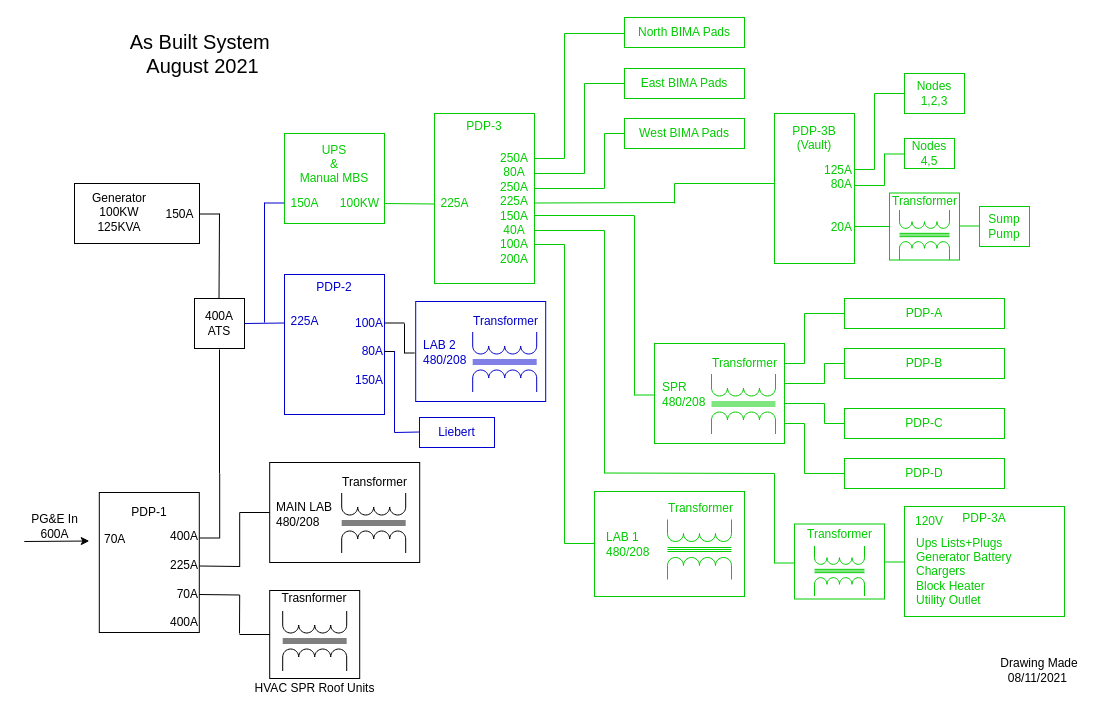
Earlier version of the draw.io diagram HVAC-Signal-Processing-Room/HCRO Main Power Distribution.drawio (SETIatHCRO/Front-Page). Source tidied: cells renumbered, new cells numbered last; positions are measured from the earlier drawing's top-left corner, leaving out a move shared by most shapes. Both pictures are drawn from the tidied source at 100%, with x=0, y=0 at pixel (24, 17).
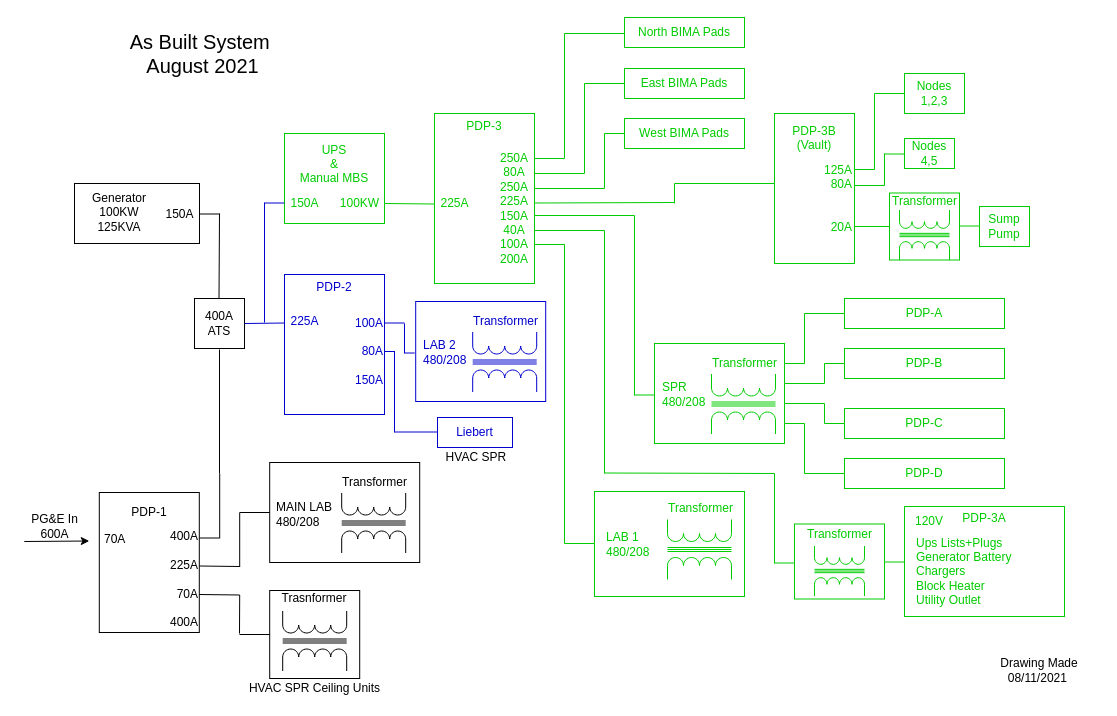
After the change.

Commit message (it also covers changes not shown here):
Current Power Diagram

The edit, as a diff of the source:
```diff
@@
     <mxCell id="80" value="Liebert" style="rounded=0;whiteSpace=wrap;html=1;strokeColor=#0000CC;fontColor=#0000CC;" parent="1" vertex="1">
-      <mxGeometry x="395" y="400" width="75" height="30" as="geometry" />
+      <mxGeometry x="413" y="400" width="75" height="30" as="geometry" />
     </mxCell>
-    <mxCell id="81" style="endArrow=none;html=1;fontColor=#0000CC;" parent="1" edge="1">
+    <mxCell id="81" style="endArrow=none;html=1;fontColor=#0000CC;strokeColor=#0000CC;" parent="1" edge="1">
       <mxGeometry relative="1" as="geometry">
         <mxPoint x="360" y="334" as="sourcePoint" />
         <mxPoint x="370" y="334" as="targetPoint" />
       </mxGeometry>
     </mxCell>
@@
-    <mxCell id="107" value="HVAC SPR Roof Units" style="text;html=1;align=center;verticalAlign=middle;strokeColor=none;" parent="1" vertex="1">
-      <mxGeometry x="220.2" y="661" width="140" height="20" as="geometry" />
+    <mxCell id="107" value="HVAC SPR Ceiling Units" style="text;html=1;align=center;verticalAlign=middle;strokeColor=none;" parent="1" vertex="1">
+      <mxGeometry x="215.2" y="661" width="150" height="20" as="geometry" />
     </mxCell>
@@
-    <mxCell id="122" style="endArrow=none;html=1;strokeColor=#0000CC;" parent="1" edge="1">
-      <mxGeometry relative="1" as="geometry">
-        <mxPoint x="370" y="415" as="sourcePoint" />
-        <mxPoint x="395" y="414.5" as="targetPoint" />
-      </mxGeometry>
-    </mxCell>
-    <mxCell id="123" style="endArrow=none;html=1;fontColor=#0000CC;" parent="1" edge="1">
+    <mxCell id="123" style="endArrow=none;html=1;fontColor=#0000CC;strokeColor=#0000CC;" parent="1" edge="1">
       <mxGeometry relative="1" as="geometry">
         <mxPoint x="380" y="336" as="sourcePoint" />
         <mxPoint x="380" y="306" as="targetPoint" />
       </mxGeometry>
     </mxCell>
-    <mxCell id="124" style="endArrow=none;html=1;fontColor=#0000CC;" parent="1" edge="1">
+    <mxCell id="124" style="endArrow=none;html=1;fontColor=#0000CC;strokeColor=#0000CC;" parent="1" edge="1">
       <mxGeometry relative="1" as="geometry">
         <mxPoint x="380.2" y="335.5" as="sourcePoint" />
         <mxPoint x="390.2" y="335.5" as="targetPoint" />
       </mxGeometry>
     </mxCell>
-    <mxCell id="125" style="endArrow=none;html=1;fontColor=#0000CC;" parent="1" edge="1">
+    <mxCell id="125" style="endArrow=none;html=1;fontColor=#0000CC;strokeColor=#0000CC;" parent="1" edge="1">
       <mxGeometry relative="1" as="geometry">
         <mxPoint x="360" y="305.5" as="sourcePoint" />
         <mxPoint x="380" y="305.5" as="targetPoint" />
       </mxGeometry>
     </mxCell>
@@
+    <mxCell id="129" value="HVAC SPR&amp;nbsp;" style="text;html=1;align=center;verticalAlign=middle;strokeColor=none;" parent="1" vertex="1">
+      <mxGeometry x="413" y="430" width="80" height="20" as="geometry" />
+    </mxCell>
+    <mxCell id="130" style="endArrow=none;html=1;fontColor=#0000CC;strokeColor=#0000CC;" parent="1" edge="1">
+      <mxGeometry relative="1" as="geometry">
+        <mxPoint x="370.2" y="414.5" as="sourcePoint" />
+        <mxPoint x="413" y="414.5" as="targetPoint" />
+      </mxGeometry>
+    </mxCell>
```
